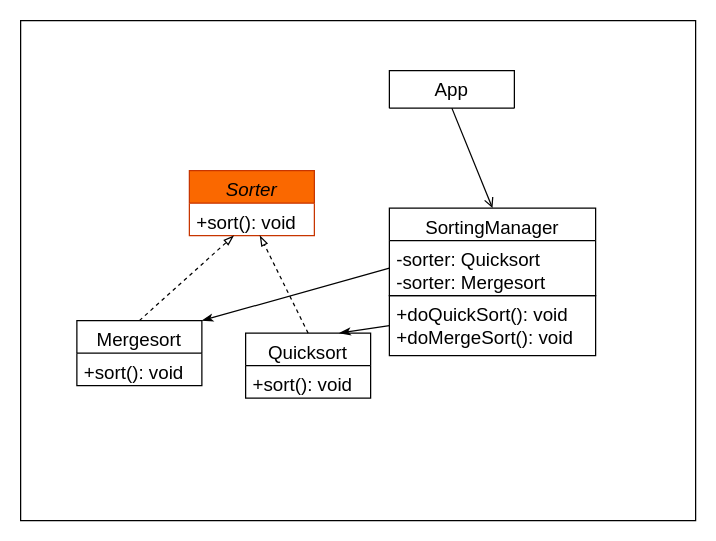
Before: Engenharia de Software 3/facade/facade.drawio in Simonehk/Bertoti, a draw.io diagram. Source tidied: cells renumbered, new cells numbered last; positions are measured from the earlier drawing's top-left corner, leaving out a move shared by most shapes. Both pictures are drawn from the tidied source at 125%, with x=0, y=0 at pixel (20, 20).
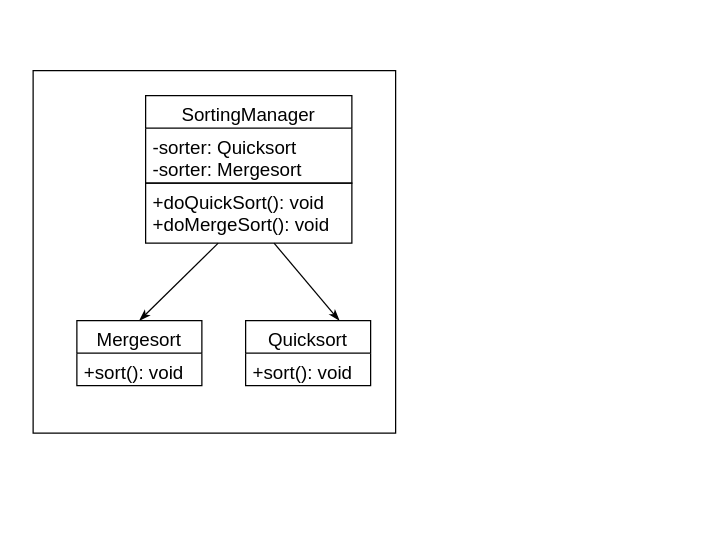
After the change.

Commit message (it also covers changes not shown here):
fix facade & observer

Diff of the diagram source:
```diff
@@
 <mxGraphModel background="#ffffff">
   <root>
     <mxCell id="0" />
     <mxCell id="1" parent="0" />
-    <mxCell id="2" value="Sorter" style="swimlane;fontStyle=2;align=center;verticalAlign=top;horizontal=1;startSize=26;rounded=0;shadow=0;strokeWidth=1;strokeColor=#C73500;fontSize=15;fillColor=#fa6800;fontColor=#000000;" parent="1" vertex="1">
-      <mxGeometry x="135" y="120" width="100" height="52" as="geometry" />
-    </mxCell>
-    <mxCell id="3" value="+sort(): void" style="text;align=left;verticalAlign=top;spacingLeft=4;spacingRight=4;overflow=hidden;points=[[0,0.5],[1,0.5]];portConstraint=eastwest;fontColor=#000000;fontSize=15;" parent="2" vertex="1">
-      <mxGeometry y="26" width="100" height="26" as="geometry" />
-    </mxCell>
-    <mxCell id="4" style="edgeStyle=none;html=1;exitX=0.5;exitY=0;exitDx=0;exitDy=0;fontSize=15;fontColor=#000000;strokeColor=#000000;endArrow=blockThin;endFill=0;dashed=1;" parent="1" edge="1" source="5" target="3">
-      <mxGeometry relative="1" as="geometry" />
-    </mxCell>
     <mxCell id="5" value="Mergesort" style="swimlane;fontStyle=0;align=center;verticalAlign=top;horizontal=1;startSize=26;rounded=0;shadow=0;strokeWidth=1;fontSize=15;fillColor=none;strokeColor=#000000;fontColor=#000000;" parent="1" vertex="1">
       <mxGeometry x="45" y="240" width="100" height="52" as="geometry" />
     </mxCell>
     <mxCell id="6" value="+sort(): void" style="text;align=left;verticalAlign=top;spacingLeft=4;spacingRight=4;overflow=hidden;fontColor=#000000;fontSize=15;" parent="5" vertex="1">
       <mxGeometry y="26" width="100" height="26" as="geometry" />
     </mxCell>
-    <mxCell id="7" style="edgeStyle=none;html=1;exitX=0.5;exitY=0;exitDx=0;exitDy=0;strokeColor=#000000;fontSize=15;fontColor=#000000;endArrow=blockThin;endFill=0;dashed=1;" parent="1" edge="1" source="8" target="3">
-      <mxGeometry relative="1" as="geometry" />
-    </mxCell>
     <mxCell id="8" value="Quicksort" style="swimlane;fontStyle=0;align=center;verticalAlign=top;horizontal=1;startSize=26;rounded=0;shadow=0;strokeWidth=1;fontSize=15;fillColor=none;strokeColor=#000000;fontColor=#000000;" parent="1" vertex="1">
-      <mxGeometry x="180" y="250" width="100" height="52" as="geometry" />
+      <mxGeometry x="180" y="240" width="100" height="52" as="geometry" />
     </mxCell>
     <mxCell id="9" value="+sort(): void" style="text;align=left;verticalAlign=top;spacingLeft=4;spacingRight=4;overflow=hidden;fontColor=#000000;fontSize=15;" parent="8" vertex="1">
       <mxGeometry y="26" width="100" height="26" as="geometry" />
     </mxCell>
     <mxCell id="10" value="SortingManager" style="swimlane;fontStyle=0;align=center;verticalAlign=top;horizontal=1;startSize=26;rounded=0;shadow=0;strokeWidth=1;fontSize=15;fillColor=none;strokeColor=#000000;fontColor=#000000;" parent="1" vertex="1">
-      <mxGeometry x="295" y="150" width="165" height="70" as="geometry" />
+      <mxGeometry x="100" y="60" width="165" height="70" as="geometry" />
     </mxCell>
     <mxCell id="11" value="-sorter: Quicksort&#10;-sorter: Mergesort" style="text;align=left;verticalAlign=top;spacingLeft=4;spacingRight=4;overflow=hidden;points=[[0,0.5],[1,0.5]];portConstraint=eastwest;fontColor=#000000;fontSize=15;" parent="10" vertex="1">
       <mxGeometry y="26" width="165" height="44" as="geometry" />
     </mxCell>
-    <mxCell id="12" style="edgeStyle=none;html=1;exitX=0;exitY=0.5;exitDx=0;exitDy=0;entryX=1;entryY=0;entryDx=0;entryDy=0;strokeColor=#000000;fontSize=15;fontColor=#000000;endArrow=classicThin;endFill=1;" parent="1" edge="1" source="11" target="5">
+    <mxCell id="12" style="edgeStyle=none;html=1;entryX=0.5;entryY=0;entryDx=0;entryDy=0;strokeColor=#000000;fontSize=15;fontColor=#000000;endArrow=classicThin;endFill=1;" parent="1" edge="1" source="16" target="5">
       <mxGeometry relative="1" as="geometry" />
     </mxCell>
-    <mxCell id="13" style="edgeStyle=none;html=1;exitX=0.5;exitY=1;exitDx=0;exitDy=0;entryX=0.5;entryY=0;entryDx=0;entryDy=0;strokeColor=#000000;fontSize=15;fontColor=#000000;startArrow=none;startFill=0;endArrow=open;endFill=0;" parent="1" edge="1" source="14" target="10">
-      <mxGeometry relative="1" as="geometry" />
-    </mxCell>
-    <mxCell id="14" value="App" style="swimlane;fontStyle=0;align=center;verticalAlign=top;horizontal=1;startSize=30;rounded=0;shadow=0;strokeWidth=1;fontSize=15;fillColor=none;strokeColor=#000000;fontColor=#000000;" parent="1" vertex="1">
-      <mxGeometry x="295" y="40" width="100" height="30" as="geometry" />
-    </mxCell>
-    <mxCell id="15" style="edgeStyle=none;html=1;exitX=0;exitY=0.5;exitDx=0;exitDy=0;entryX=0.75;entryY=0;entryDx=0;entryDy=0;strokeColor=#000000;fontSize=15;fontColor=#000000;startArrow=none;startFill=0;endArrow=classicThin;endFill=1;" parent="1" edge="1" source="16" target="8">
+    <mxCell id="15" style="edgeStyle=none;html=1;entryX=0.75;entryY=0;entryDx=0;entryDy=0;strokeColor=#000000;fontSize=15;fontColor=#000000;startArrow=none;startFill=0;endArrow=classicThin;endFill=1;" parent="1" edge="1" source="16" target="8">
       <mxGeometry relative="1" as="geometry" />
     </mxCell>
     <mxCell id="16" value="+doQuickSort(): void&#10;+doMergeSort(): void" style="text;align=left;verticalAlign=top;spacingLeft=4;spacingRight=4;overflow=hidden;points=[[0,0.5],[1,0.5]];portConstraint=eastwest;fontColor=#000000;fontSize=15;strokeColor=#000000;" parent="1" vertex="1">
-      <mxGeometry x="295" y="220" width="165" height="48" as="geometry" />
+      <mxGeometry x="100" y="130" width="165" height="48" as="geometry" />
     </mxCell>
-    <mxCell id="17" style="rounded=0;whiteSpace=wrap;html=1;gradientColor=default;fillColor=none;" parent="1" vertex="1">
-      <mxGeometry width="540" height="400" as="geometry" />
+    <mxCell id="17" style="rounded=0;whiteSpace=wrap;html=1;fillColor=none;" parent="1" vertex="1">
+      <mxGeometry x="10" y="40" width="290" height="290" as="geometry" />
     </mxCell>
   </root>
 </mxGraphModel>
```
